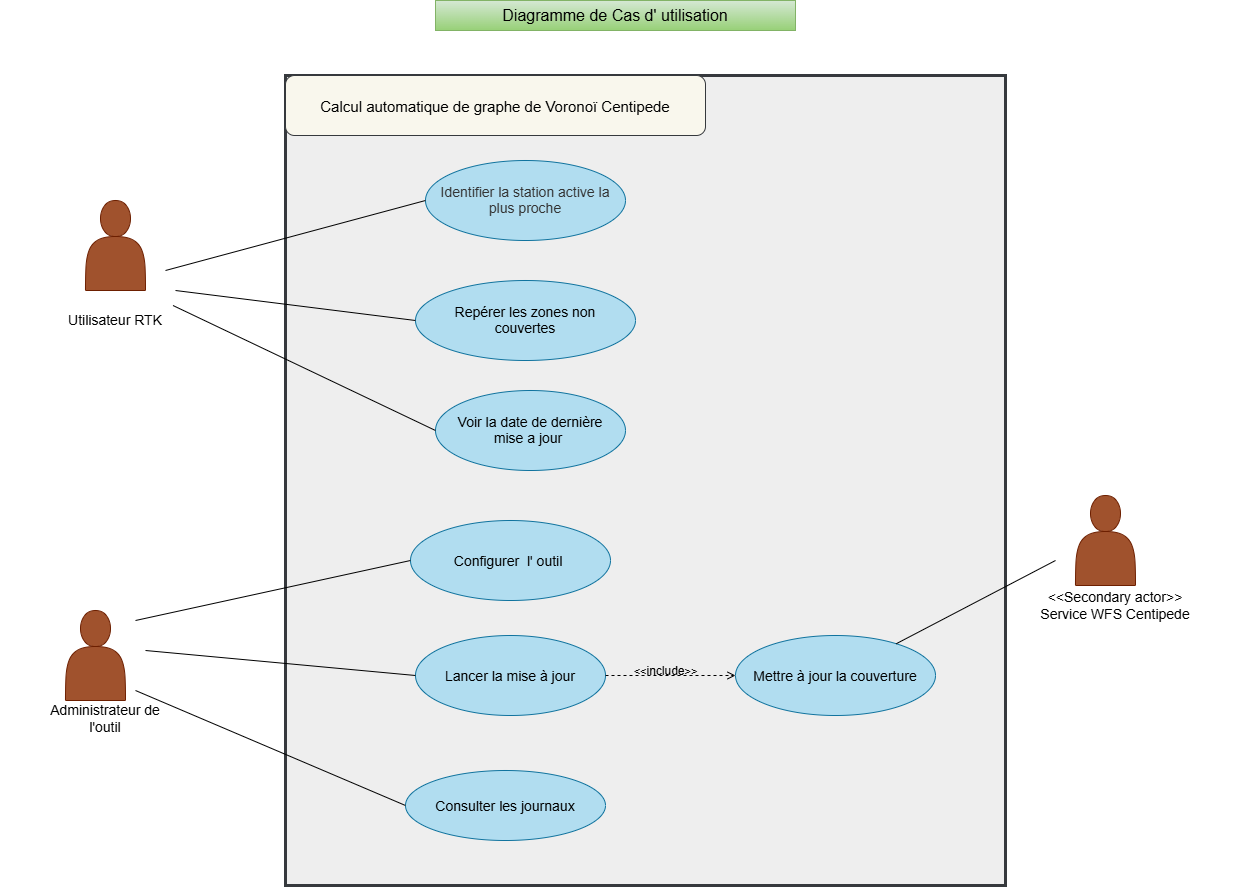
Before: Diagramme de cas d'utilisation.png, a diagram exported from draw.io (Akatebra/Projet_Info_Voronoi). Source tidied: cells renumbered, new cells last; positions are measured from the earlier drawing's top-left corner, leaving out a move shared by most shapes.
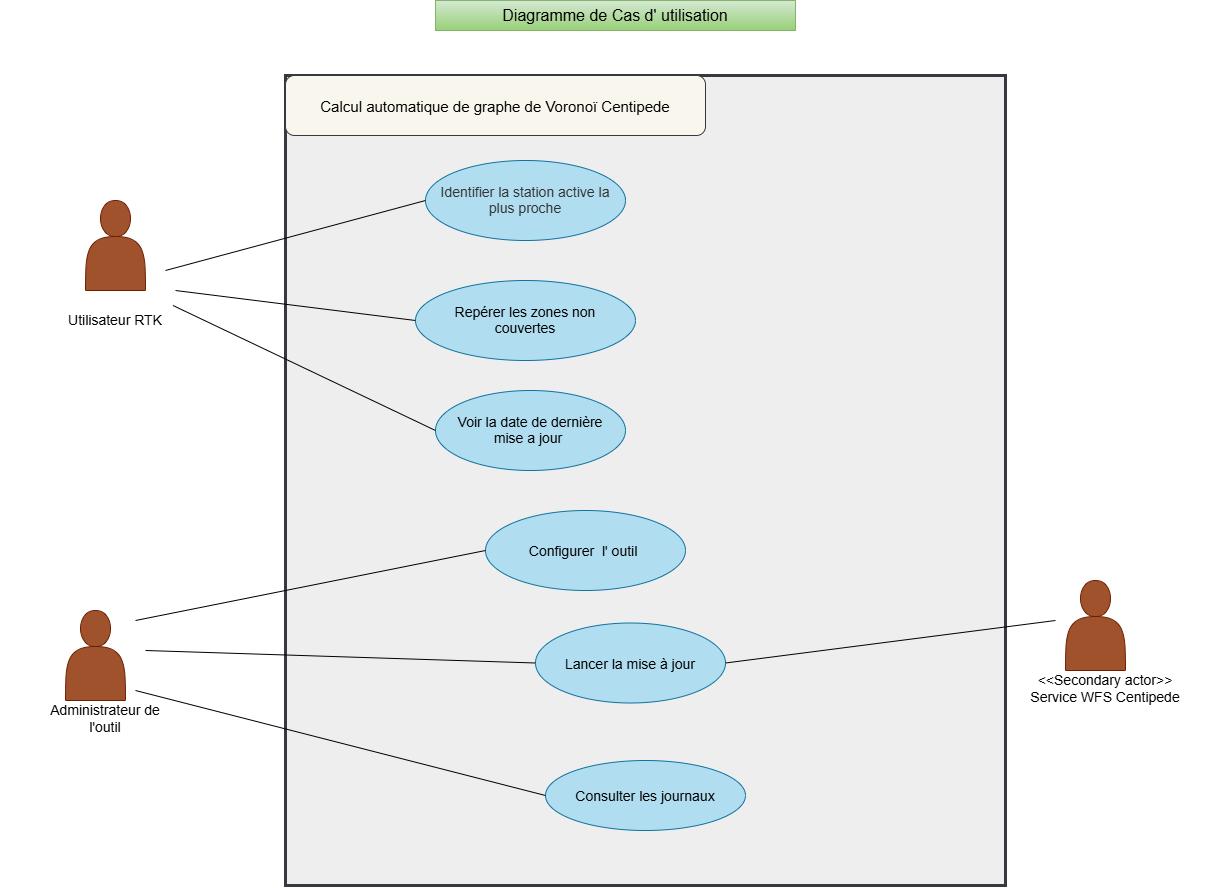
The same diagram one commit later.

What changed in the source:
```diff
@@ -27,20 +27,14 @@
       <mxGeometry x="45" y="702.5" width="120" height="30" as="geometry" />
     </mxCell>
     <mxCell id="10" value="&lt;font style=&quot;font-size: 14px;&quot;&gt;Configurer&amp;nbsp; l' outil&amp;nbsp;&lt;/font&gt;" style="ellipse;whiteSpace=wrap;html=1;shapeInside=1;fillColor=#b1ddf0;strokeColor=#10739e;" parent="1" vertex="1">
-      <mxGeometry x="410" y="520" width="200" height="80" as="geometry" />
+      <mxGeometry x="485" y="510" width="200" height="80" as="geometry" />
     </mxCell>
     <mxCell id="11" value="&lt;font style=&quot;font-size: 14px;&quot;&gt;Consulter les journaux&lt;/font&gt;" style="ellipse;whiteSpace=wrap;html=1;shapeInside=1;fillColor=#b1ddf0;strokeColor=#10739e;" parent="1" vertex="1">
-      <mxGeometry x="405" y="770" width="200" height="70" as="geometry" />
+      <mxGeometry x="545" y="760" width="200" height="70" as="geometry" />
     </mxCell>
     <mxCell id="12" value="&lt;font style=&quot;font-size: 14px;&quot;&gt;Lancer la mise à jour&lt;/font&gt;" style="ellipse;whiteSpace=wrap;html=1;shapeInside=1;fillColor=#b1ddf0;strokeColor=#10739e;" parent="1" vertex="1">
-      <mxGeometry x="415" y="635" width="190" height="80" as="geometry" />
+      <mxGeometry x="535" y="622.5" width="190" height="80" as="geometry" />
     </mxCell>
-    <mxCell id="13" value="&amp;lt;&amp;lt;&lt;font style=&quot;font-size: 12px;&quot;&gt;include&lt;/font&gt;&amp;gt;&amp;gt;" style="html=1;verticalAlign=bottom;labelBackgroundColor=none;endArrow=open;endFill=0;dashed=1;rounded=0;defaultLabelBackgroundColor=page;labelPadding=0 4;entryX=0;entryY=0.5;entryDx=0;entryDy=0;exitX=1;exitY=0.5;exitDx=0;exitDy=0;" parent="1" edge="1" source="12" target="14">
-      <mxGeometry x="-0.08" y="-5" relative="1" as="geometry" />
-    </mxCell>
-    <mxCell id="14" value="&lt;font style=&quot;font-size: 14px;&quot;&gt;Mettre à jour la couverture&lt;/font&gt;" style="ellipse;whiteSpace=wrap;html=1;shapeInside=1;fillColor=#b1ddf0;strokeColor=#10739e;" parent="1" vertex="1">
-      <mxGeometry x="735" y="635" width="200" height="80" as="geometry" />
-    </mxCell>
     <mxCell id="15" style="endArrow=none;html=1;rounded=0;defaultLabelBackgroundColor=page;labelPadding=0 4;entryX=0;entryY=0.5;entryDx=0;entryDy=0;" parent="1" edge="1" target="6">
       <mxGeometry relative="1" as="geometry">
         <mxPoint x="165" y="270" as="sourcePoint" />
@@ -65,15 +59,15 @@
       </mxGeometry>
     </mxCell>
     <mxCell id="20" style="shape=actor;whiteSpace=wrap;html=1;fillColor=#a0522d;fontColor=#ffffff;strokeColor=#6D1F00;" parent="1" vertex="1">
-      <mxGeometry x="1075" y="495" width="60" height="90" as="geometry" />
+      <mxGeometry x="1065" y="580" width="60" height="90" as="geometry" />
     </mxCell>
-    <mxCell id="21" style="endArrow=none;html=1;rounded=0;defaultLabelBackgroundColor=page;labelPadding=0 4;" parent="1" edge="1" source="14">
+    <mxCell id="21" style="endArrow=none;html=1;rounded=0;defaultLabelBackgroundColor=page;labelPadding=0 4;exitX=1;exitY=0.5;exitDx=0;exitDy=0;" parent="1" edge="1" source="12">
       <mxGeometry relative="1" as="geometry">
-        <mxPoint x="1055" y="560" as="targetPoint" />
+        <mxPoint x="1055" y="620" as="targetPoint" />
       </mxGeometry>
     </mxCell>
     <mxCell id="22" value="&lt;font style=&quot;font-size: 14px;&quot;&gt;&amp;lt;&amp;lt;Secondary actor&amp;gt;&amp;gt;&lt;/font&gt;&lt;div&gt;&lt;font style=&quot;font-size: 14px;&quot;&gt;Service WFS Centipede&lt;/font&gt;&lt;/div&gt;" style="text;html=1;whiteSpace=wrap;strokeColor=none;fillColor=none;align=center;verticalAlign=middle;rounded=0;" parent="1" vertex="1">
-      <mxGeometry x="995" y="590" width="240" height="30" as="geometry" />
+      <mxGeometry x="985" y="672.5" width="240" height="30" as="geometry" />
     </mxCell>
     <mxCell id="23" value="&lt;font style=&quot;font-size: 16px;&quot;&gt;Diagramme de Cas d' utilisation&lt;/font&gt;" style="text;html=1;whiteSpace=wrap;strokeColor=#82b366;fillColor=#d5e8d4;align=center;verticalAlign=middle;rounded=0;gradientColor=#97d077;" parent="1" vertex="1">
       <mxGeometry x="435" width="360" height="30" as="geometry" />
```
